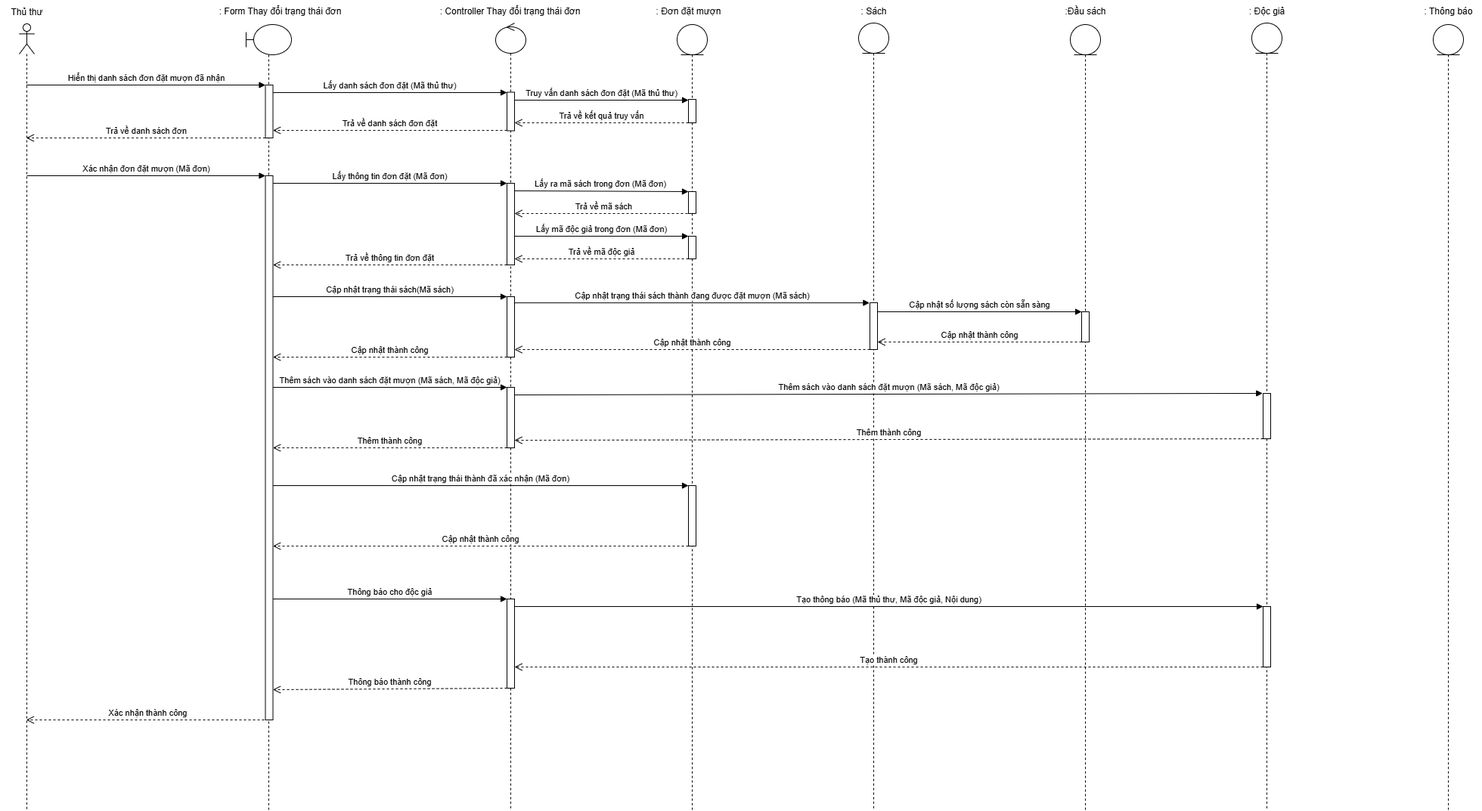
The draw.io diagram Sequence Diagram/UC Đặt mượn sách/Actor Thủ thư - Xác nhận đơn đặt mượn.png in kimcuongdev/LibrarySystemAD, before a commit. Source tidied: cells renumbered, new cells last; positions are measured from the earlier drawing's top-left corner, leaving out a move shared by most shapes.
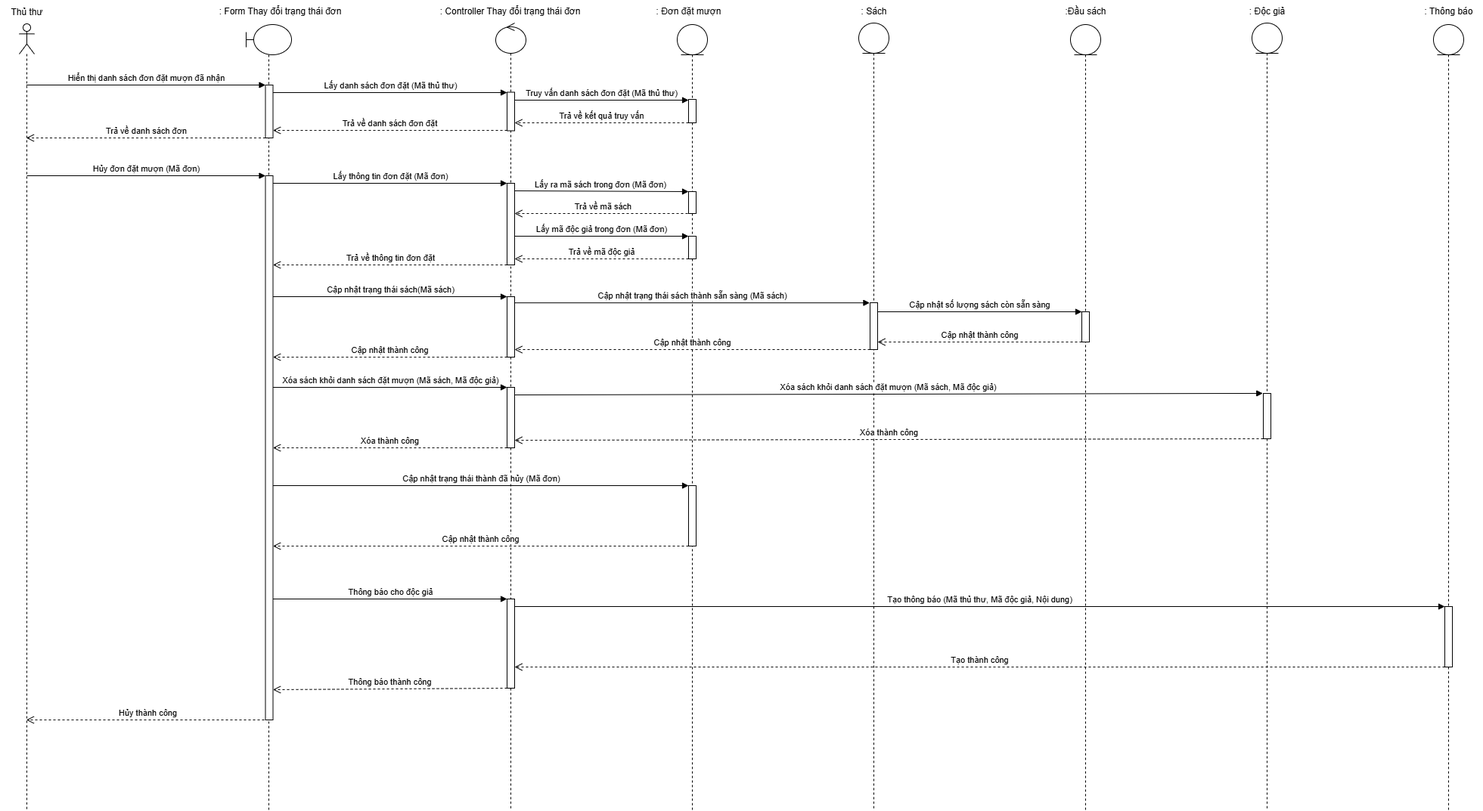
Later version of the same file.

Commit message:
Tuan 5 - Bieu do tuan tu

What changed in the source:
```diff
@@ -112,13 +112,10 @@
     <mxCell id="33" style="html=1;points=[[0,0,0,0,5],[0,1,0,0,-5],[1,0,0,0,5],[1,1,0,0,-5]];perimeter=orthogonalPerimeter;outlineConnect=0;targetShapes=umlLifeline;portConstraint=eastwest;newEdgeStyle={&quot;curved&quot;:0,&quot;rounded&quot;:0};" parent="32" vertex="1">
       <mxGeometry x="15" y="490" width="10" height="60" as="geometry" />
     </mxCell>
-    <mxCell id="34" style="html=1;points=[[0,0,0,0,5],[0,1,0,0,-5],[1,0,0,0,5],[1,1,0,0,-5]];perimeter=orthogonalPerimeter;outlineConnect=0;targetShapes=umlLifeline;portConstraint=eastwest;newEdgeStyle={&quot;curved&quot;:0,&quot;rounded&quot;:0};" parent="32" vertex="1">
-      <mxGeometry x="15" y="772" width="10" height="80" as="geometry" />
-    </mxCell>
     <mxCell id="35" value=": Độc giả" style="text;html=1;align=center;verticalAlign=middle;strokeColor=none;fillColor=none;" parent="1" vertex="1">
       <mxGeometry x="1640" width="70" height="30" as="geometry" />
     </mxCell>
-    <mxCell id="36" value="Xác nhận đơn đặt mượn (Mã đơn)" style="html=1;verticalAlign=bottom;endArrow=block;curved=0;rounded=0;" parent="1" edge="1">
+    <mxCell id="36" value="Hủy đơn đặt mượn (Mã đơn)" style="html=1;verticalAlign=bottom;endArrow=block;curved=0;rounded=0;" parent="1" edge="1">
       <mxGeometry relative="1" as="geometry">
         <mxPoint x="35.1" y="232" as="sourcePoint" />
         <mxPoint x="350.5" y="232" as="targetPoint" />
@@ -154,7 +151,7 @@
         <mxPoint x="670" y="392" as="targetPoint" />
       </mxGeometry>
     </mxCell>
-    <mxCell id="44" value="Cập nhật trạng thái sách thành đang được đặt mượn (Mã sách)" style="html=1;verticalAlign=bottom;endArrow=block;curved=0;rounded=0;entryX=-0.053;entryY=0.003;entryDx=0;entryDy=0;entryPerimeter=0;" parent="1" edge="1" source="13" target="25">
+    <mxCell id="44" value="Cập nhật trạng thái sách thành sẵn sàng (Mã sách)" style="html=1;verticalAlign=bottom;endArrow=block;curved=0;rounded=0;entryX=-0.053;entryY=0.003;entryDx=0;entryDy=0;entryPerimeter=0;" parent="1" edge="1" source="13" target="25">
       <mxGeometry relative="1" as="geometry" />
     </mxCell>
     <mxCell id="45" value="Cập nhật thành công" style="html=1;verticalAlign=bottom;endArrow=open;dashed=1;endSize=8;curved=0;rounded=0;exitX=0;exitY=1;exitDx=0;exitDy=-5;" parent="1" edge="1">
@@ -180,13 +177,13 @@
         <mxPoint x="670" y="472" as="sourcePoint" />
       </mxGeometry>
     </mxCell>
-    <mxCell id="49" value="Thêm sách vào danh sách đặt mượn (Mã sách, Mã độc giả)" style="html=1;verticalAlign=bottom;endArrow=block;curved=0;rounded=0;entryX=0;entryY=0;entryDx=0;entryDy=5;" parent="1" edge="1">
+    <mxCell id="49" value="Xóa sách khỏi danh sách đặt mượn (Mã sách, Mã độc giả)" style="html=1;verticalAlign=bottom;endArrow=block;curved=0;rounded=0;entryX=0;entryY=0;entryDx=0;entryDy=5;" parent="1" edge="1">
       <mxGeometry relative="1" as="geometry">
         <mxPoint x="360.5" y="512" as="sourcePoint" />
         <mxPoint x="670" y="512" as="targetPoint" />
       </mxGeometry>
     </mxCell>
-    <mxCell id="50" value="Thêm thành công" style="html=1;verticalAlign=bottom;endArrow=open;dashed=1;endSize=8;curved=0;rounded=0;exitX=0;exitY=1;exitDx=0;exitDy=-5;" parent="1" edge="1">
+    <mxCell id="50" value="Xóa thành công" style="html=1;verticalAlign=bottom;endArrow=open;dashed=1;endSize=8;curved=0;rounded=0;exitX=0;exitY=1;exitDx=0;exitDy=-5;" parent="1" edge="1">
       <mxGeometry relative="1" as="geometry">
         <mxPoint x="670" y="592" as="sourcePoint" />
         <mxPoint x="360.5" y="592" as="targetPoint" />
@@ -204,17 +201,17 @@
         <mxPoint x="680" y="162" as="targetPoint" />
       </mxGeometry>
     </mxCell>
-    <mxCell id="53" value="Thêm sách vào&amp;nbsp;danh sách đặt mượn (Mã sách, Mã độc giả)" style="html=1;verticalAlign=bottom;endArrow=block;curved=0;rounded=0;entryX=-0.072;entryY=-0.001;entryDx=0;entryDy=0;entryPerimeter=0;" parent="1" edge="1" target="33">
+    <mxCell id="53" value="Xóa sách khỏi&amp;nbsp;danh sách đặt mượn (Mã sách, Mã độc giả)" style="html=1;verticalAlign=bottom;endArrow=block;curved=0;rounded=0;entryX=-0.072;entryY=-0.001;entryDx=0;entryDy=0;entryPerimeter=0;" parent="1" edge="1" target="33">
       <mxGeometry relative="1" as="geometry">
         <mxPoint x="680" y="522" as="sourcePoint" />
       </mxGeometry>
     </mxCell>
-    <mxCell id="54" value="Thêm thành công" style="html=1;verticalAlign=bottom;endArrow=open;dashed=1;endSize=8;curved=0;rounded=0;" parent="1" edge="1" source="33">
+    <mxCell id="54" value="Xóa thành công" style="html=1;verticalAlign=bottom;endArrow=open;dashed=1;endSize=8;curved=0;rounded=0;" parent="1" edge="1" source="33">
       <mxGeometry relative="1" as="geometry">
         <mxPoint x="680" y="582" as="targetPoint" />
       </mxGeometry>
     </mxCell>
-    <mxCell id="55" value="Cập nhật trạng thái thành đã xác nhận (Mã đơn)" style="html=1;verticalAlign=bottom;endArrow=block;curved=0;rounded=0;entryX=0;entryY=0;entryDx=0;entryDy=5;" parent="1" edge="1">
+    <mxCell id="55" value="Cập nhật trạng thái thành đã hủy (Mã đơn)" style="html=1;verticalAlign=bottom;endArrow=block;curved=0;rounded=0;entryX=0;entryY=0;entryDx=0;entryDy=5;" parent="1" edge="1">
       <mxGeometry relative="1" as="geometry">
         <mxPoint x="360.5" y="642" as="sourcePoint" />
         <mxPoint x="910" y="642" as="targetPoint" />
@@ -240,22 +237,23 @@
     <mxCell id="59" style="shape=umlLifeline;perimeter=lifelinePerimeter;whiteSpace=wrap;html=1;newEdgeStyle={&quot;curved&quot;:0,&quot;rounded&quot;:0};participant=umlEntity;" parent="1" vertex="1">
       <mxGeometry x="1895" y="32" width="40" height="1040" as="geometry" />
     </mxCell>
+    <mxCell id="34" style="html=1;points=[[0,0,0,0,5],[0,1,0,0,-5],[1,0,0,0,5],[1,1,0,0,-5]];perimeter=orthogonalPerimeter;outlineConnect=0;targetShapes=umlLifeline;portConstraint=eastwest;newEdgeStyle={&quot;curved&quot;:0,&quot;rounded&quot;:0};" parent="59" vertex="1">
+      <mxGeometry x="15" y="770" width="10" height="80" as="geometry" />
+    </mxCell>
     <mxCell id="60" value=": Thông báo" style="text;html=1;align=center;verticalAlign=middle;strokeColor=none;fillColor=none;" parent="1" vertex="1">
       <mxGeometry x="1870" width="90" height="30" as="geometry" />
     </mxCell>
-    <mxCell id="61" value="Tạo thông báo (Mã thủ thư, Mã độc giả, Nội dung)" style="html=1;verticalAlign=bottom;endArrow=block;curved=0;rounded=0;entryX=0;entryY=0;entryDx=0;entryDy=5;" parent="1" edge="1">
+    <mxCell id="61" value="Tạo thông báo (Mã thủ thư, Mã độc giả, Nội dung)" style="html=1;verticalAlign=bottom;endArrow=block;curved=0;rounded=0;" parent="1" edge="1" target="34">
       <mxGeometry relative="1" as="geometry">
         <mxPoint x="680" y="802" as="sourcePoint" />
-        <mxPoint x="1670" y="802" as="targetPoint" />
       </mxGeometry>
     </mxCell>
-    <mxCell id="62" value="Tạo thành công" style="html=1;verticalAlign=bottom;endArrow=open;dashed=1;endSize=8;curved=0;rounded=0;exitX=0;exitY=1;exitDx=0;exitDy=-5;" parent="1" edge="1">
+    <mxCell id="62" value="Tạo thành công" style="html=1;verticalAlign=bottom;endArrow=open;dashed=1;endSize=8;curved=0;rounded=0;" parent="1" edge="1" source="34">
       <mxGeometry relative="1" as="geometry">
-        <mxPoint x="1670" y="882" as="sourcePoint" />
         <mxPoint x="680" y="882" as="targetPoint" />
       </mxGeometry>
     </mxCell>
-    <mxCell id="63" value="Xác nhận thành công" style="html=1;verticalAlign=bottom;endArrow=open;dashed=1;endSize=8;curved=0;rounded=0;" parent="1" edge="1" target="2">
+    <mxCell id="63" value="Hủy thành công" style="html=1;verticalAlign=bottom;endArrow=open;dashed=1;endSize=8;curved=0;rounded=0;" parent="1" edge="1" target="2">
       <mxGeometry relative="1" as="geometry">
         <mxPoint x="355" y="952" as="sourcePoint" />
       </mxGeometry>
```
